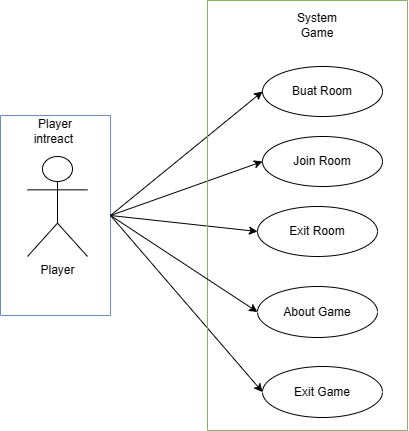
Above: img/case-diagram.png in ahlulmukh/proposal-skripsi (draw.io), before the change. Source tidied: cells renumbered, new cells last; positions are measured from the earlier drawing's top-left corner, leaving out a move shared by most shapes. The source it was exported from:
```xml
<mxGraphModel>
  <root>
    <mxCell id="0" />
    <mxCell id="1" parent="0" />
    <mxCell id="2" value="Player" style="shape=umlActor;verticalLabelPosition=bottom;verticalAlign=top;html=1;" parent="1" vertex="1">
      <mxGeometry x="27" y="156" width="60" height="100" as="geometry" />
    </mxCell>
    <mxCell id="3" style="swimlane;startSize=0;fillColor=#dae8fc;strokeColor=#6c8ebf;" parent="1" vertex="1">
      <mxGeometry y="115" width="110" height="200" as="geometry" />
    </mxCell>
    <mxCell id="4" value="Player intreact&amp;nbsp;" style="text;html=1;strokeColor=none;fillColor=none;align=center;verticalAlign=middle;whiteSpace=wrap;rounded=0;" parent="3" vertex="1">
      <mxGeometry x="25" y="1" width="60" height="30" as="geometry" />
    </mxCell>
    <mxCell id="5" value="Buat Room" style="ellipse;whiteSpace=wrap;html=1;" parent="1" vertex="1">
      <mxGeometry x="262" y="66" width="120" height="50" as="geometry" />
    </mxCell>
    <mxCell id="6" style="endArrow=classic;html=1;rounded=0;exitX=1;exitY=0.5;exitDx=0;exitDy=0;entryX=0;entryY=0.5;entryDx=0;entryDy=0;" parent="1" edge="1" source="3" target="5">
      <mxGeometry relative="1" as="geometry" />
    </mxCell>
    <mxCell id="7" style="endArrow=classic;html=1;rounded=0;exitX=1;exitY=0.5;exitDx=0;exitDy=0;entryX=0;entryY=0.5;entryDx=0;entryDy=0;" parent="1" edge="1" source="3" target="14">
      <mxGeometry relative="1" as="geometry" />
    </mxCell>
    <mxCell id="8" style="endArrow=classic;html=1;rounded=0;exitX=1;exitY=0.5;exitDx=0;exitDy=0;entryX=0;entryY=0.5;entryDx=0;entryDy=0;" parent="1" edge="1" source="3" target="15">
      <mxGeometry relative="1" as="geometry" />
    </mxCell>
    <mxCell id="9" style="endArrow=classic;html=1;rounded=0;exitX=1;exitY=0.5;exitDx=0;exitDy=0;entryX=0;entryY=0.5;entryDx=0;entryDy=0;" parent="1" edge="1" source="3" target="12">
      <mxGeometry relative="1" as="geometry" />
    </mxCell>
    <mxCell id="10" style="swimlane;startSize=0;fillColor=#d5e8d4;strokeColor=#82b366;" parent="1" vertex="1">
      <mxGeometry x="207" width="200" height="430" as="geometry" />
    </mxCell>
    <mxCell id="11" value="System Game" style="text;html=1;strokeColor=none;fillColor=none;align=center;verticalAlign=middle;whiteSpace=wrap;rounded=0;" parent="10" vertex="1">
      <mxGeometry x="80" y="10" width="60" height="30" as="geometry" />
    </mxCell>
    <mxCell id="12" value="Exit Game" style="ellipse;whiteSpace=wrap;html=1;" parent="10" vertex="1">
      <mxGeometry x="55" y="366" width="120" height="51" as="geometry" />
    </mxCell>
    <mxCell id="13" value="About Game" style="ellipse;whiteSpace=wrap;html=1;" parent="10" vertex="1">
      <mxGeometry x="50" y="286" width="120" height="51" as="geometry" />
    </mxCell>
    <mxCell id="14" value="Join Room" style="ellipse;whiteSpace=wrap;html=1;" parent="10" vertex="1">
      <mxGeometry x="55" y="136" width="120" height="50" as="geometry" />
    </mxCell>
    <mxCell id="15" value="Exit Room" style="ellipse;whiteSpace=wrap;html=1;" parent="10" vertex="1">
      <mxGeometry x="50" y="206" width="120" height="50" as="geometry" />
    </mxCell>
    <mxCell id="16" style="endArrow=classic;html=1;rounded=0;exitX=1;exitY=0.5;exitDx=0;exitDy=0;entryX=0;entryY=0.5;entryDx=0;entryDy=0;" parent="1" edge="1" source="3" target="13">
      <mxGeometry relative="1" as="geometry" />
    </mxCell>
  </root>
</mxGraphModel>
```
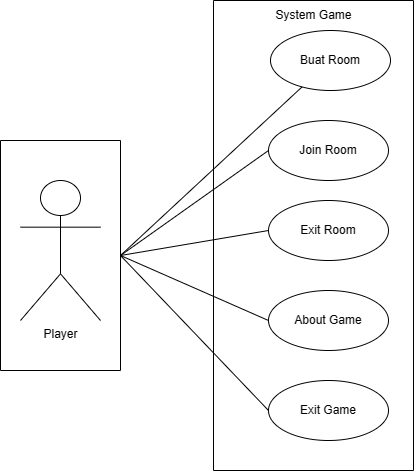
Above is the later version.

What changed in the source:
```diff
@@ -3,49 +3,46 @@
     <mxCell id="0" />
     <mxCell id="1" parent="0" />
     <mxCell id="2" value="Player" style="shape=umlActor;verticalLabelPosition=bottom;verticalAlign=top;html=1;" parent="1" vertex="1">
-      <mxGeometry x="27" y="156" width="60" height="100" as="geometry" />
+      <mxGeometry x="27" y="156" width="80" height="140" as="geometry" />
     </mxCell>
-    <mxCell id="3" style="swimlane;startSize=0;fillColor=#dae8fc;strokeColor=#6c8ebf;" parent="1" vertex="1">
-      <mxGeometry y="115" width="110" height="200" as="geometry" />
-    </mxCell>
-    <mxCell id="4" value="Player intreact&amp;nbsp;" style="text;html=1;strokeColor=none;fillColor=none;align=center;verticalAlign=middle;whiteSpace=wrap;rounded=0;" parent="3" vertex="1">
-      <mxGeometry x="25" y="1" width="60" height="30" as="geometry" />
-    </mxCell>
-    <mxCell id="5" value="Buat Room" style="ellipse;whiteSpace=wrap;html=1;" parent="1" vertex="1">
-      <mxGeometry x="262" y="66" width="120" height="50" as="geometry" />
-    </mxCell>
-    <mxCell id="6" style="endArrow=classic;html=1;rounded=0;exitX=1;exitY=0.5;exitDx=0;exitDy=0;entryX=0;entryY=0.5;entryDx=0;entryDy=0;" parent="1" edge="1" source="3" target="5">
-      <mxGeometry relative="1" as="geometry" />
-    </mxCell>
-    <mxCell id="7" style="endArrow=classic;html=1;rounded=0;exitX=1;exitY=0.5;exitDx=0;exitDy=0;entryX=0;entryY=0.5;entryDx=0;entryDy=0;" parent="1" edge="1" source="3" target="14">
-      <mxGeometry relative="1" as="geometry" />
-    </mxCell>
-    <mxCell id="8" style="endArrow=classic;html=1;rounded=0;exitX=1;exitY=0.5;exitDx=0;exitDy=0;entryX=0;entryY=0.5;entryDx=0;entryDy=0;" parent="1" edge="1" source="3" target="15">
-      <mxGeometry relative="1" as="geometry" />
-    </mxCell>
-    <mxCell id="9" style="endArrow=classic;html=1;rounded=0;exitX=1;exitY=0.5;exitDx=0;exitDy=0;entryX=0;entryY=0.5;entryDx=0;entryDy=0;" parent="1" edge="1" source="3" target="12">
-      <mxGeometry relative="1" as="geometry" />
-    </mxCell>
-    <mxCell id="10" style="swimlane;startSize=0;fillColor=#d5e8d4;strokeColor=#82b366;" parent="1" vertex="1">
-      <mxGeometry x="207" width="200" height="430" as="geometry" />
-    </mxCell>
-    <mxCell id="11" value="System Game" style="text;html=1;strokeColor=none;fillColor=none;align=center;verticalAlign=middle;whiteSpace=wrap;rounded=0;" parent="10" vertex="1">
-      <mxGeometry x="80" y="10" width="60" height="30" as="geometry" />
-    </mxCell>
+    <mxCell id="17" style="swimlane;startSize=0;" parent="1" vertex="1">
+      <mxGeometry x="220" y="-24" width="200" height="470" as="geometry" />
+    </mxCell>
-    <mxCell id="12" value="Exit Game" style="ellipse;whiteSpace=wrap;html=1;" parent="10" vertex="1">
-      <mxGeometry x="55" y="366" width="120" height="51" as="geometry" />
+    <mxCell id="12" value="Exit Game" style="ellipse;whiteSpace=wrap;html=1;" parent="17" vertex="1">
+      <mxGeometry x="55" y="380" width="120" height="60" as="geometry" />
     </mxCell>
-    <mxCell id="13" value="About Game" style="ellipse;whiteSpace=wrap;html=1;" parent="10" vertex="1">
-      <mxGeometry x="50" y="286" width="120" height="51" as="geometry" />
-    </mxCell>
-    <mxCell id="14" value="Join Room" style="ellipse;whiteSpace=wrap;html=1;" parent="10" vertex="1">
-      <mxGeometry x="55" y="136" width="120" height="50" as="geometry" />
+    <mxCell id="14" value="Join Room" style="ellipse;whiteSpace=wrap;html=1;" parent="17" vertex="1">
+      <mxGeometry x="55" y="120" width="120" height="60" as="geometry" />
     </mxCell>
-    <mxCell id="15" value="Exit Room" style="ellipse;whiteSpace=wrap;html=1;" parent="10" vertex="1">
-      <mxGeometry x="50" y="206" width="120" height="50" as="geometry" />
+    <mxCell id="15" value="Exit Room" style="ellipse;whiteSpace=wrap;html=1;" parent="17" vertex="1">
+      <mxGeometry x="55" y="200" width="120" height="60" as="geometry" />
     </mxCell>
-    <mxCell id="16" style="endArrow=classic;html=1;rounded=0;exitX=1;exitY=0.5;exitDx=0;exitDy=0;entryX=0;entryY=0.5;entryDx=0;entryDy=0;" parent="1" edge="1" source="3" target="13">
-      <mxGeometry relative="1" as="geometry" />
-    </mxCell>
+    <mxCell id="13" value="About Game" style="ellipse;whiteSpace=wrap;html=1;" parent="17" vertex="1">
+      <mxGeometry x="55" y="290" width="120" height="60" as="geometry" />
+    </mxCell>
+    <mxCell id="11" value="System Game" style="text;html=1;align=center;verticalAlign=middle;strokeColor=none;fillColor=none;" parent="17" vertex="1">
+      <mxGeometry x="50" width="100" height="30" as="geometry" />
+    </mxCell>
+    <mxCell id="5" value="Buat Room" style="ellipse;whiteSpace=wrap;html=1;" parent="17" vertex="1">
+      <mxGeometry x="57" y="30" width="120" height="60" as="geometry" />
+    </mxCell>
+    <mxCell id="18" style="swimlane;startSize=0;" parent="1" vertex="1">
+      <mxGeometry x="7" y="116" width="120" height="230" as="geometry" />
+    </mxCell>
+    <mxCell id="19" style="endArrow=none;html=1;rounded=0;exitX=1;exitY=0.5;exitDx=0;exitDy=0;" parent="1" edge="1" source="18" target="5">
+      <mxGeometry relative="1" as="geometry" />
+    </mxCell>
+    <mxCell id="20" style="endArrow=none;html=1;rounded=0;exitX=1;exitY=0.5;exitDx=0;exitDy=0;entryX=0;entryY=0.5;entryDx=0;entryDy=0;" parent="1" edge="1" source="18" target="14">
+      <mxGeometry relative="1" as="geometry" />
+    </mxCell>
+    <mxCell id="21" style="endArrow=none;html=1;rounded=0;exitX=1;exitY=0.5;exitDx=0;exitDy=0;entryX=0;entryY=0.5;entryDx=0;entryDy=0;" parent="1" edge="1" source="18" target="15">
+      <mxGeometry relative="1" as="geometry" />
+    </mxCell>
+    <mxCell id="22" style="endArrow=none;html=1;rounded=0;exitX=1;exitY=0.5;exitDx=0;exitDy=0;entryX=0;entryY=0.5;entryDx=0;entryDy=0;" parent="1" edge="1" source="18" target="13">
+      <mxGeometry relative="1" as="geometry" />
+    </mxCell>
+    <mxCell id="23" style="endArrow=none;html=1;rounded=0;exitX=1;exitY=0.5;exitDx=0;exitDy=0;entryX=0;entryY=0.5;entryDx=0;entryDy=0;" parent="1" edge="1" source="18" target="12">
+      <mxGeometry relative="1" as="geometry" />
+    </mxCell>
   </root>
 </mxGraphModel>
```
